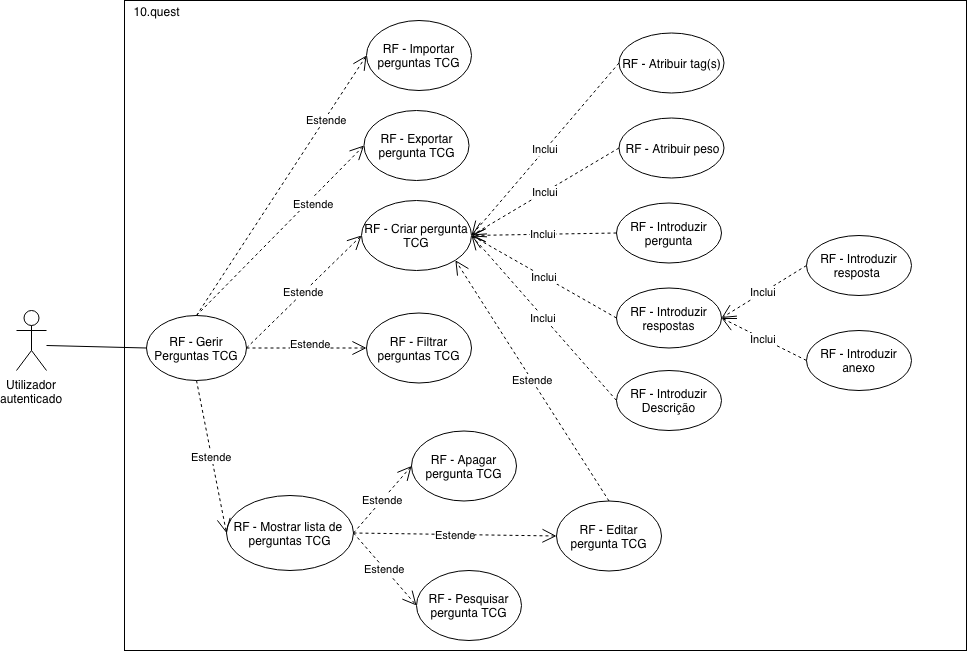
Before: img/rf/gerir-perguntas-tcg.png, a diagram exported from draw.io (BrunoGrifo/Tese). Source tidied: cells renumbered, new cells last; positions are measured from the earlier drawing's top-left corner, leaving out a move shared by most shapes. The source it was exported from:
```xml
<mxGraphModel>
  <root>
    <mxCell id="0" />
    <mxCell id="1" parent="0" />
    <mxCell id="2" style="rounded=0;whiteSpace=wrap;html=1;" parent="1" vertex="1">
      <mxGeometry x="108" width="842" height="650" as="geometry" />
    </mxCell>
    <mxCell id="3" value="Utilizador&lt;br&gt;autenticado" style="shape=umlActor;verticalLabelPosition=bottom;labelBackgroundColor=#ffffff;verticalAlign=top;html=1;" parent="1" vertex="1">
      <mxGeometry y="310" width="30" height="60" as="geometry" />
    </mxCell>
    <mxCell id="4" style="endArrow=none;html=1;entryX=0;entryY=0.5;entryDx=0;entryDy=0;" parent="1" edge="1" target="6">
      <mxGeometry relative="1" as="geometry">
        <mxPoint x="30" y="345" as="sourcePoint" />
      </mxGeometry>
    </mxCell>
    <mxCell id="5" value="10.quest" style="text;html=1;strokeColor=none;fillColor=none;align=center;verticalAlign=middle;whiteSpace=wrap;rounded=0;" parent="1" vertex="1">
      <mxGeometry x="120" y="1" width="40" height="20" as="geometry" />
    </mxCell>
    <mxCell id="6" value="RF - Gerir&lt;br&gt;Perguntas TCG" style="ellipse;whiteSpace=wrap;html=1;" parent="1" vertex="1">
      <mxGeometry x="130" y="315" width="100" height="65" as="geometry" />
    </mxCell>
    <mxCell id="7" value="RF - Mostrar lista de&amp;nbsp;&lt;br&gt;perguntas TCG" style="ellipse;whiteSpace=wrap;html=1;" parent="1" vertex="1">
      <mxGeometry x="210" y="495" width="127" height="75" as="geometry" />
    </mxCell>
    <mxCell id="8" value="Estende" style="endArrow=open;endSize=12;dashed=1;html=1;entryX=0;entryY=0.5;entryDx=0;entryDy=0;exitX=0.5;exitY=1;exitDx=0;exitDy=0;" parent="1" edge="1" source="6" target="7">
      <mxGeometry relative="1" as="geometry" />
    </mxCell>
    <mxCell id="9" value="RF - Apagar pergunta TCG" style="ellipse;whiteSpace=wrap;html=1;" parent="1" vertex="1">
      <mxGeometry x="395" y="430.5" width="105" height="70" as="geometry" />
    </mxCell>
    <mxCell id="10" value="RF - Editar pergunta TCG" style="ellipse;whiteSpace=wrap;html=1;" parent="1" vertex="1">
      <mxGeometry x="540" y="500.5" width="105" height="70" as="geometry" />
    </mxCell>
    <mxCell id="11" value="RF - Pesquisar pergunta TCG" style="ellipse;whiteSpace=wrap;html=1;" parent="1" vertex="1">
      <mxGeometry x="400" y="570" width="105" height="70" as="geometry" />
    </mxCell>
    <mxCell id="12" value="RF - Criar pergunta TCG" style="ellipse;whiteSpace=wrap;html=1;" parent="1" vertex="1">
      <mxGeometry x="345" y="200" width="110" height="70" as="geometry" />
    </mxCell>
    <mxCell id="13" value="Estende" style="endArrow=open;endSize=12;dashed=1;html=1;entryX=0;entryY=0.5;entryDx=0;entryDy=0;exitX=1;exitY=0.5;exitDx=0;exitDy=0;" parent="1" edge="1" source="6" target="12">
      <mxGeometry relative="1" as="geometry" />
    </mxCell>
    <mxCell id="14" value="Estende" style="endArrow=open;endSize=12;dashed=1;html=1;entryX=0;entryY=0.5;entryDx=0;entryDy=0;exitX=1;exitY=0.5;exitDx=0;exitDy=0;" parent="1" edge="1" source="7" target="9">
      <mxGeometry relative="1" as="geometry" />
    </mxCell>
    <mxCell id="15" value="Estende" style="endArrow=open;endSize=12;dashed=1;html=1;entryX=0;entryY=0.5;entryDx=0;entryDy=0;exitX=1;exitY=0.5;exitDx=0;exitDy=0;" parent="1" edge="1" source="7" target="10">
      <mxGeometry relative="1" as="geometry" />
    </mxCell>
    <mxCell id="16" value="Estende" style="endArrow=open;endSize=12;dashed=1;html=1;entryX=0;entryY=0.5;entryDx=0;entryDy=0;exitX=1;exitY=0.5;exitDx=0;exitDy=0;" parent="1" edge="1" source="7" target="11">
      <mxGeometry relative="1" as="geometry" />
    </mxCell>
    <mxCell id="17" value="Estende" style="endArrow=open;endSize=12;dashed=1;html=1;entryX=0;entryY=0.5;entryDx=0;entryDy=0;exitX=0.5;exitY=0;exitDx=0;exitDy=0;" parent="1" edge="1" source="6" target="18">
      <mxGeometry x="0.51" y="-2" relative="1" as="geometry" />
    </mxCell>
    <mxCell id="18" value="RF - Importar perguntas TCG" style="ellipse;whiteSpace=wrap;html=1;" parent="1" vertex="1">
      <mxGeometry x="350" y="20" width="105" height="70" as="geometry" />
    </mxCell>
    <mxCell id="19" value="RF - Exportar pergunta TCG" style="ellipse;whiteSpace=wrap;html=1;" parent="1" vertex="1">
      <mxGeometry x="347.5" y="110" width="105" height="70" as="geometry" />
    </mxCell>
    <mxCell id="20" value="Estende" style="endArrow=open;endSize=12;dashed=1;html=1;entryX=0;entryY=0.5;entryDx=0;entryDy=0;exitX=0.5;exitY=0;exitDx=0;exitDy=0;" parent="1" edge="1" source="6" target="19">
      <mxGeometry x="0.36" y="-5" relative="1" as="geometry" />
    </mxCell>
    <mxCell id="21" value="RF - Filtrar perguntas TCG" style="ellipse;whiteSpace=wrap;html=1;" parent="1" vertex="1">
      <mxGeometry x="350" y="312.5" width="105" height="70" as="geometry" />
    </mxCell>
    <mxCell id="22" value="RF - Atribuir tag(s)" style="ellipse;whiteSpace=wrap;html=1;" parent="1" vertex="1">
      <mxGeometry x="602.5" y="32.5" width="105" height="60" as="geometry" />
    </mxCell>
    <mxCell id="23" value="Estende" style="endArrow=open;endSize=12;dashed=1;html=1;entryX=0;entryY=0.5;entryDx=0;entryDy=0;exitX=1;exitY=0.5;exitDx=0;exitDy=0;" parent="1" edge="1" source="6" target="21">
      <mxGeometry x="0.06" y="4" relative="1" as="geometry" />
    </mxCell>
    <mxCell id="24" value="RF - Introduzir pergunta" style="ellipse;whiteSpace=wrap;html=1;" parent="1" vertex="1">
      <mxGeometry x="600" y="202.5" width="105" height="60" as="geometry" />
    </mxCell>
    <mxCell id="25" value="RF - Introduzir resposta&amp;nbsp;" style="ellipse;whiteSpace=wrap;html=1;" parent="1" vertex="1">
      <mxGeometry x="790" y="235" width="105" height="60" as="geometry" />
    </mxCell>
    <mxCell id="26" value="RF - Introduzir anexo" style="ellipse;whiteSpace=wrap;html=1;" parent="1" vertex="1">
      <mxGeometry x="790" y="330" width="105" height="60" as="geometry" />
    </mxCell>
    <mxCell id="27" value="RF - Introduzir respostas" style="ellipse;whiteSpace=wrap;html=1;" parent="1" vertex="1">
      <mxGeometry x="600" y="287.5" width="105" height="60" as="geometry" />
    </mxCell>
    <mxCell id="28" value="Inclui" style="endArrow=open;endSize=12;dashed=1;html=1;exitX=0;exitY=0.5;exitDx=0;exitDy=0;entryX=1;entryY=0.5;entryDx=0;entryDy=0;" parent="1" edge="1" source="25" target="27">
      <mxGeometry relative="1" as="geometry" />
    </mxCell>
    <mxCell id="29" value="Inclui" style="endArrow=open;endSize=12;dashed=1;html=1;exitX=0;exitY=0.5;exitDx=0;exitDy=0;entryX=1;entryY=0.5;entryDx=0;entryDy=0;" parent="1" edge="1" source="26" target="27">
      <mxGeometry relative="1" as="geometry" />
    </mxCell>
    <mxCell id="30" value="Inclui" style="endArrow=open;endSize=12;dashed=1;html=1;exitX=0;exitY=0.5;exitDx=0;exitDy=0;entryX=1;entryY=0.5;entryDx=0;entryDy=0;" parent="1" edge="1" source="22" target="12">
      <mxGeometry relative="1" as="geometry" />
    </mxCell>
    <mxCell id="31" value="Inclui" style="endArrow=open;endSize=12;dashed=1;html=1;exitX=0;exitY=0.5;exitDx=0;exitDy=0;entryX=1;entryY=0.5;entryDx=0;entryDy=0;" parent="1" edge="1" source="24" target="12">
      <mxGeometry relative="1" as="geometry" />
    </mxCell>
    <mxCell id="32" value="Inclui" style="endArrow=open;endSize=12;dashed=1;html=1;exitX=0;exitY=0.5;exitDx=0;exitDy=0;entryX=1;entryY=0.5;entryDx=0;entryDy=0;" parent="1" edge="1" source="27" target="12">
      <mxGeometry relative="1" as="geometry" />
    </mxCell>
    <mxCell id="33" value="RF - Atribuir peso" style="ellipse;whiteSpace=wrap;html=1;" parent="1" vertex="1">
      <mxGeometry x="602.5" y="117.5" width="105" height="60" as="geometry" />
    </mxCell>
    <mxCell id="34" value="Inclui" style="endArrow=open;endSize=12;dashed=1;html=1;exitX=0;exitY=0.5;exitDx=0;exitDy=0;entryX=1;entryY=0.5;entryDx=0;entryDy=0;" parent="1" edge="1" source="33" target="12">
      <mxGeometry relative="1" as="geometry" />
    </mxCell>
    <mxCell id="35" value="RF - Introduzir Descrição" style="ellipse;whiteSpace=wrap;html=1;" parent="1" vertex="1">
      <mxGeometry x="600" y="370" width="105" height="60" as="geometry" />
    </mxCell>
    <mxCell id="36" value="Inclui" style="endArrow=open;endSize=12;dashed=1;html=1;exitX=0;exitY=0.5;exitDx=0;exitDy=0;entryX=1;entryY=0.5;entryDx=0;entryDy=0;" parent="1" edge="1" source="35" target="12">
      <mxGeometry relative="1" as="geometry" />
    </mxCell>
    <mxCell id="37" value="Estende" style="endArrow=open;endSize=12;dashed=1;html=1;entryX=1;entryY=1;entryDx=0;entryDy=0;exitX=0.5;exitY=0;exitDx=0;exitDy=0;" parent="1" edge="1" source="10" target="12">
      <mxGeometry relative="1" as="geometry" />
    </mxCell>
  </root>
</mxGraphModel>
```
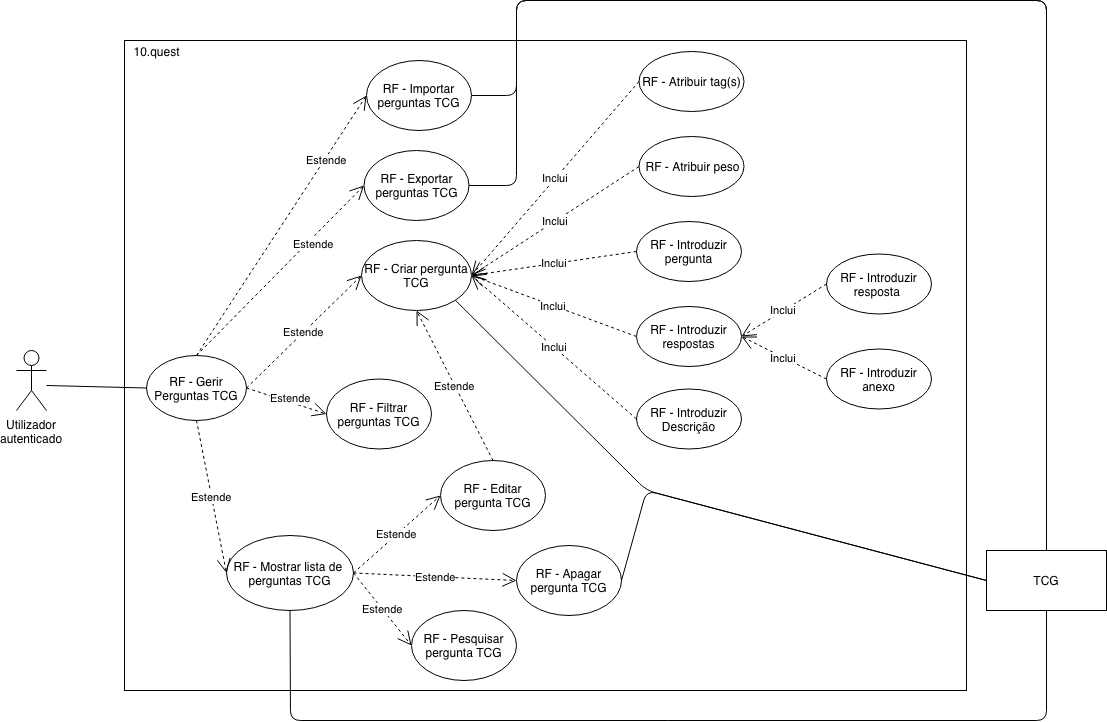
Later version of the same file.

Diff of the diagram source:
```diff
@@ -26,13 +26,13 @@
       <mxGeometry relative="1" as="geometry" />
     </mxCell>
     <mxCell id="9" value="RF - Apagar pergunta TCG" style="ellipse;whiteSpace=wrap;html=1;" parent="1" vertex="1">
-      <mxGeometry x="395" y="430.5" width="105" height="70" as="geometry" />
+      <mxGeometry x="500" y="505" width="105" height="70" as="geometry" />
     </mxCell>
     <mxCell id="10" value="RF - Editar pergunta TCG" style="ellipse;whiteSpace=wrap;html=1;" parent="1" vertex="1">
-      <mxGeometry x="540" y="500.5" width="105" height="70" as="geometry" />
+      <mxGeometry x="424" y="420" width="105" height="70" as="geometry" />
     </mxCell>
     <mxCell id="11" value="RF - Pesquisar pergunta TCG" style="ellipse;whiteSpace=wrap;html=1;" parent="1" vertex="1">
-      <mxGeometry x="400" y="570" width="105" height="70" as="geometry" />
+      <mxGeometry x="395" y="570" width="105" height="70" as="geometry" />
     </mxCell>
     <mxCell id="12" value="RF - Criar pergunta TCG" style="ellipse;whiteSpace=wrap;html=1;" parent="1" vertex="1">
       <mxGeometry x="345" y="200" width="110" height="70" as="geometry" />
@@ -55,32 +55,32 @@
     <mxCell id="18" value="RF - Importar perguntas TCG" style="ellipse;whiteSpace=wrap;html=1;" parent="1" vertex="1">
       <mxGeometry x="350" y="20" width="105" height="70" as="geometry" />
     </mxCell>
-    <mxCell id="19" value="RF - Exportar pergunta TCG" style="ellipse;whiteSpace=wrap;html=1;" parent="1" vertex="1">
+    <mxCell id="19" value="RF - Exportar perguntas TCG" style="ellipse;whiteSpace=wrap;html=1;" parent="1" vertex="1">
       <mxGeometry x="347.5" y="110" width="105" height="70" as="geometry" />
     </mxCell>
     <mxCell id="20" value="Estende" style="endArrow=open;endSize=12;dashed=1;html=1;entryX=0;entryY=0.5;entryDx=0;entryDy=0;exitX=0.5;exitY=0;exitDx=0;exitDy=0;" parent="1" edge="1" source="6" target="19">
       <mxGeometry x="0.36" y="-5" relative="1" as="geometry" />
     </mxCell>
     <mxCell id="21" value="RF - Filtrar perguntas TCG" style="ellipse;whiteSpace=wrap;html=1;" parent="1" vertex="1">
-      <mxGeometry x="350" y="312.5" width="105" height="70" as="geometry" />
+      <mxGeometry x="310" y="338.5" width="105" height="70" as="geometry" />
     </mxCell>
     <mxCell id="22" value="RF - Atribuir tag(s)" style="ellipse;whiteSpace=wrap;html=1;" parent="1" vertex="1">
-      <mxGeometry x="602.5" y="32.5" width="105" height="60" as="geometry" />
+      <mxGeometry x="622.5" y="11" width="105" height="60" as="geometry" />
     </mxCell>
     <mxCell id="23" value="Estende" style="endArrow=open;endSize=12;dashed=1;html=1;entryX=0;entryY=0.5;entryDx=0;entryDy=0;exitX=1;exitY=0.5;exitDx=0;exitDy=0;" parent="1" edge="1" source="6" target="21">
       <mxGeometry x="0.06" y="4" relative="1" as="geometry" />
     </mxCell>
     <mxCell id="24" value="RF - Introduzir pergunta" style="ellipse;whiteSpace=wrap;html=1;" parent="1" vertex="1">
-      <mxGeometry x="600" y="202.5" width="105" height="60" as="geometry" />
+      <mxGeometry x="620" y="181" width="105" height="60" as="geometry" />
     </mxCell>
     <mxCell id="25" value="RF - Introduzir resposta&amp;nbsp;" style="ellipse;whiteSpace=wrap;html=1;" parent="1" vertex="1">
-      <mxGeometry x="790" y="235" width="105" height="60" as="geometry" />
+      <mxGeometry x="810" y="213.5" width="105" height="60" as="geometry" />
     </mxCell>
     <mxCell id="26" value="RF - Introduzir anexo" style="ellipse;whiteSpace=wrap;html=1;" parent="1" vertex="1">
-      <mxGeometry x="790" y="330" width="105" height="60" as="geometry" />
+      <mxGeometry x="810" y="308.5" width="105" height="60" as="geometry" />
     </mxCell>
     <mxCell id="27" value="RF - Introduzir respostas" style="ellipse;whiteSpace=wrap;html=1;" parent="1" vertex="1">
-      <mxGeometry x="600" y="287.5" width="105" height="60" as="geometry" />
+      <mxGeometry x="620" y="266" width="105" height="60" as="geometry" />
     </mxCell>
     <mxCell id="28" value="Inclui" style="endArrow=open;endSize=12;dashed=1;html=1;exitX=0;exitY=0.5;exitDx=0;exitDy=0;entryX=1;entryY=0.5;entryDx=0;entryDy=0;" parent="1" edge="1" source="25" target="27">
       <mxGeometry relative="1" as="geometry" />
@@ -98,19 +98,62 @@
       <mxGeometry relative="1" as="geometry" />
     </mxCell>
     <mxCell id="33" value="RF - Atribuir peso" style="ellipse;whiteSpace=wrap;html=1;" parent="1" vertex="1">
-      <mxGeometry x="602.5" y="117.5" width="105" height="60" as="geometry" />
+      <mxGeometry x="622.5" y="96" width="105" height="60" as="geometry" />
     </mxCell>
     <mxCell id="34" value="Inclui" style="endArrow=open;endSize=12;dashed=1;html=1;exitX=0;exitY=0.5;exitDx=0;exitDy=0;entryX=1;entryY=0.5;entryDx=0;entryDy=0;" parent="1" edge="1" source="33" target="12">
       <mxGeometry relative="1" as="geometry" />
     </mxCell>
     <mxCell id="35" value="RF - Introduzir Descrição" style="ellipse;whiteSpace=wrap;html=1;" parent="1" vertex="1">
-      <mxGeometry x="600" y="370" width="105" height="60" as="geometry" />
+      <mxGeometry x="620" y="348.5" width="105" height="60" as="geometry" />
     </mxCell>
     <mxCell id="36" value="Inclui" style="endArrow=open;endSize=12;dashed=1;html=1;exitX=0;exitY=0.5;exitDx=0;exitDy=0;entryX=1;entryY=0.5;entryDx=0;entryDy=0;" parent="1" edge="1" source="35" target="12">
       <mxGeometry relative="1" as="geometry" />
     </mxCell>
-    <mxCell id="37" value="Estende" style="endArrow=open;endSize=12;dashed=1;html=1;entryX=1;entryY=1;entryDx=0;entryDy=0;exitX=0.5;exitY=0;exitDx=0;exitDy=0;" parent="1" edge="1" source="10" target="12">
+    <mxCell id="37" value="Estende" style="endArrow=open;endSize=12;dashed=1;html=1;entryX=0.5;entryY=1;entryDx=0;entryDy=0;exitX=0.5;exitY=0;exitDx=0;exitDy=0;" parent="1" edge="1" source="10" target="12">
       <mxGeometry relative="1" as="geometry" />
     </mxCell>
+    <mxCell id="38" value="TCG" style="rounded=0;whiteSpace=wrap;html=1;" parent="1" vertex="1">
+      <mxGeometry x="970" y="510" width="120" height="60" as="geometry" />
+    </mxCell>
+    <mxCell id="39" style="endArrow=none;html=1;entryX=0.5;entryY=1;entryDx=0;entryDy=0;exitX=0.5;exitY=1;exitDx=0;exitDy=0;" parent="1" edge="1" source="7" target="38">
+      <mxGeometry relative="1" as="geometry">
+        <Array as="points">
+          <mxPoint x="274" y="680" />
+          <mxPoint x="1030" y="680" />
+        </Array>
+      </mxGeometry>
+    </mxCell>
+    <mxCell id="40" style="endArrow=none;html=1;entryX=0;entryY=0.5;entryDx=0;entryDy=0;exitX=1;exitY=1;exitDx=0;exitDy=0;" parent="1" edge="1" source="12" target="38">
+      <mxGeometry relative="1" as="geometry">
+        <Array as="points">
+          <mxPoint x="630" y="450" />
+        </Array>
+      </mxGeometry>
+    </mxCell>
+    <mxCell id="41" style="endArrow=none;html=1;entryX=0;entryY=0.5;entryDx=0;entryDy=0;exitX=1;exitY=0.5;exitDx=0;exitDy=0;" parent="1" edge="1" source="9" target="38">
+      <mxGeometry relative="1" as="geometry">
+        <Array as="points">
+          <mxPoint x="630" y="450" />
+        </Array>
+      </mxGeometry>
+    </mxCell>
+    <mxCell id="42" style="endArrow=none;html=1;entryX=0.5;entryY=0;entryDx=0;entryDy=0;exitX=1;exitY=0.5;exitDx=0;exitDy=0;" parent="1" edge="1" source="19" target="38">
+      <mxGeometry relative="1" as="geometry">
+        <Array as="points">
+          <mxPoint x="500" y="145" />
+          <mxPoint x="500" y="-40" />
+          <mxPoint x="1030" y="-40" />
+        </Array>
+      </mxGeometry>
+    </mxCell>
+    <mxCell id="43" style="endArrow=none;html=1;entryX=0.5;entryY=0;entryDx=0;entryDy=0;exitX=1;exitY=0.5;exitDx=0;exitDy=0;" parent="1" edge="1" source="18" target="38">
+      <mxGeometry relative="1" as="geometry">
+        <Array as="points">
+          <mxPoint x="500" y="55" />
+          <mxPoint x="500" y="-40" />
+          <mxPoint x="1030" y="-40" />
+        </Array>
+      </mxGeometry>
+    </mxCell>
   </root>
 </mxGraphModel>
```
